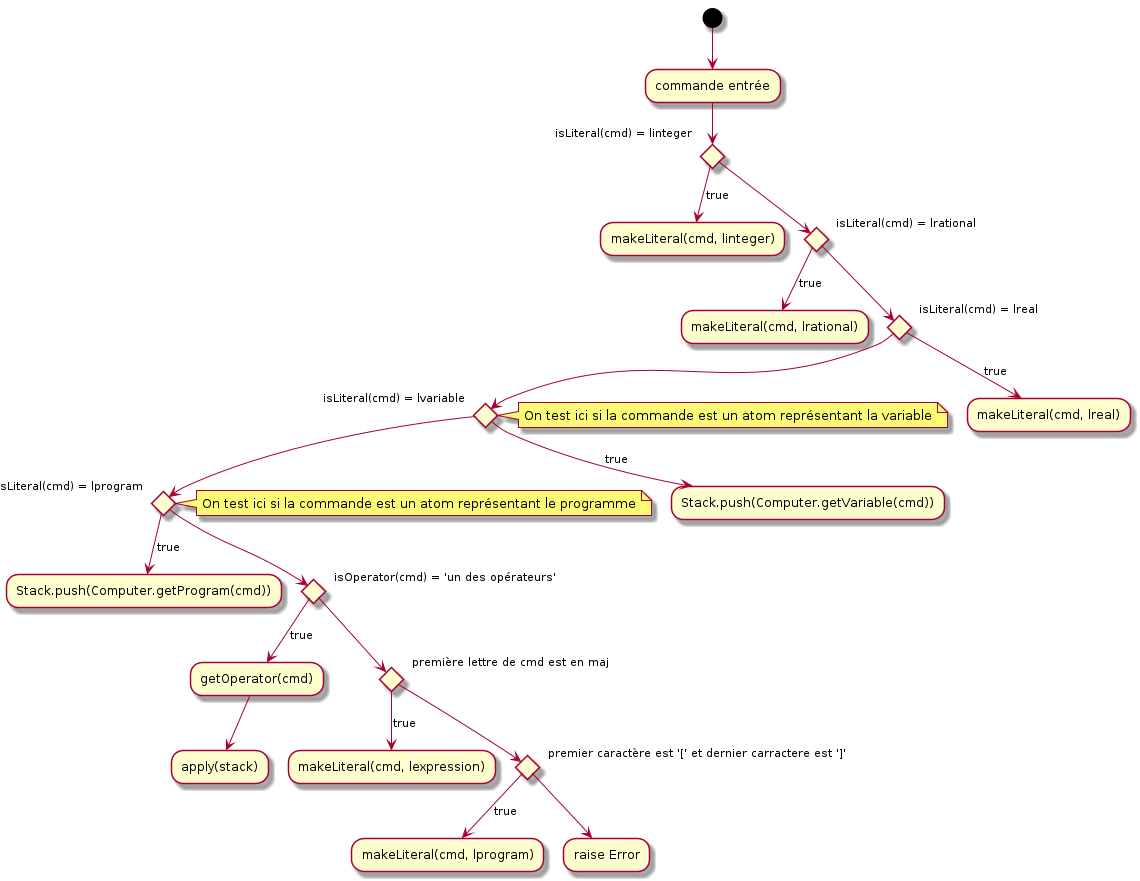
Earlier version of the PlantUML export UML/activiteTraitementCommande.png (pltheoclement/LO21).
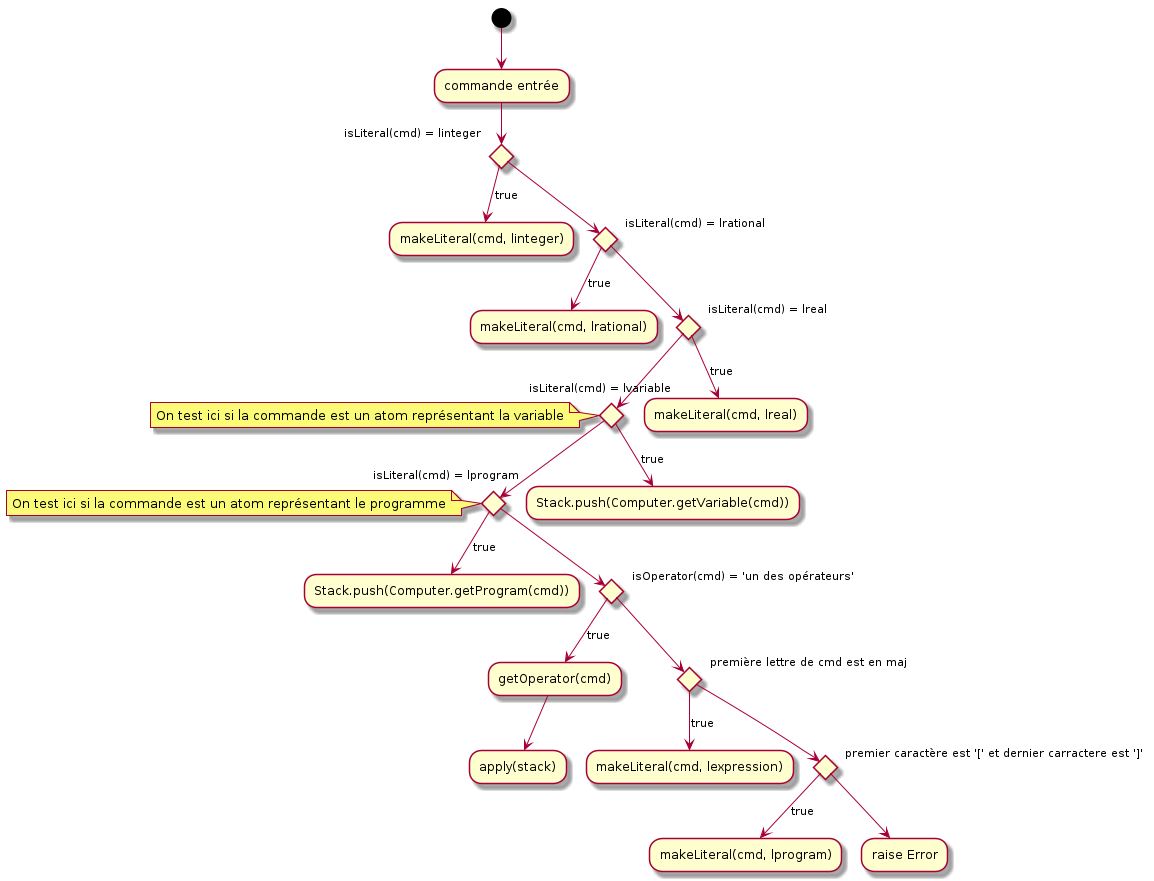
Later version of the same file.

Commit message:
ajustements visuels

Diff of the diagram source:
```diff
@@ -10,11 +10,11 @@
       -->[true] "makeLiteral(cmd, lreal)"
     else
       if "isLiteral(cmd) = lvariable" then
-      note right: On test ici si la commande est un atom représentant la variable
+      note left: On test ici si la commande est un atom représentant la variable
         -->[true] "Stack.push(Computer.getVariable(cmd))"
       else
         if "isLiteral(cmd) = lprogram" then
-        note right: On test ici si la commande est un atom représentant le programme
+        note left: On test ici si la commande est un atom représentant le programme
           -->[true] "Stack.push(Computer.getProgram(cmd))"
         else
           if "isOperator(cmd) = 'un des opérateurs'" then
```
